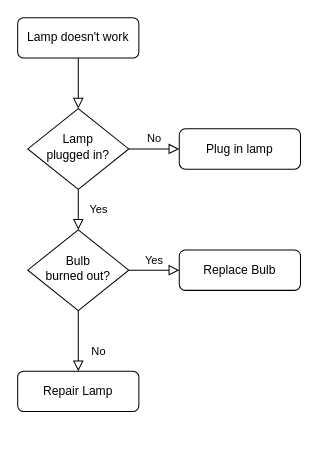
The draw.io diagram 100DaysOfCode/IMC.drawio in Ephebo/100DaysOfCode, before the edit. Source tidied: cells renumbered, new cells numbered last; positions are measured from the earlier drawing's top-left corner, leaving out a move shared by most shapes. Both pictures are drawn from the tidied source at 101%, with x=0, y=0 at pixel (17, 17).
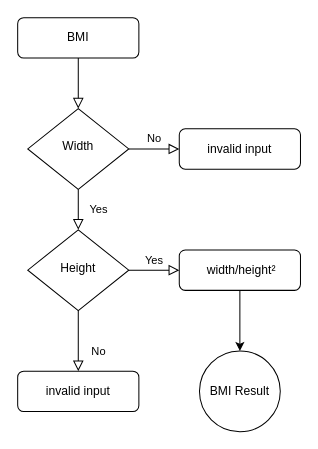
The same page after the edit.

Diff of the diagram source:
```diff
@@
 <mxGraphModel>
   <root>
     <mxCell id="0" />
     <mxCell id="1" parent="0" />
     <mxCell id="2" style="rounded=0;html=1;jettySize=auto;fontSize=11;endArrow=block;endFill=0;endSize=8;strokeWidth=1;shadow=0;labelBackgroundColor=none;edgeStyle=orthogonalEdgeStyle;" parent="1" edge="1" source="3" target="6">
       <mxGeometry relative="1" as="geometry" />
     </mxCell>
-    <mxCell id="3" value="Lamp doesn't work" style="rounded=1;whiteSpace=wrap;html=1;fontSize=12;glass=0;strokeWidth=1;shadow=0;" parent="1" vertex="1">
+    <mxCell id="3" value="BMI" style="rounded=1;whiteSpace=wrap;html=1;fontSize=12;glass=0;strokeWidth=1;shadow=0;" parent="1" vertex="1">
       <mxGeometry width="120" height="40" as="geometry" />
     </mxCell>
     <mxCell id="4" value="Yes" style="rounded=0;html=1;jettySize=auto;fontSize=11;endArrow=block;endFill=0;endSize=8;strokeWidth=1;shadow=0;labelBackgroundColor=none;edgeStyle=orthogonalEdgeStyle;" parent="1" edge="1" source="6" target="10">
       <mxGeometry y="20" relative="1" as="geometry" />
     </mxCell>
     <mxCell id="5" value="No" style="edgeStyle=orthogonalEdgeStyle;rounded=0;html=1;jettySize=auto;fontSize=11;endArrow=block;endFill=0;endSize=8;strokeWidth=1;shadow=0;labelBackgroundColor=none;" parent="1" edge="1" source="6" target="7">
       <mxGeometry y="10" relative="1" as="geometry" />
     </mxCell>
-    <mxCell id="6" value="Lamp&lt;br&gt;plugged in?" style="rhombus;whiteSpace=wrap;html=1;shadow=0;fontFamily=Helvetica;fontSize=12;align=center;strokeWidth=1;spacing=6;spacingTop=-4;" parent="1" vertex="1">
+    <mxCell id="6" value="Width" style="rhombus;whiteSpace=wrap;html=1;shadow=0;fontFamily=Helvetica;fontSize=12;align=center;strokeWidth=1;spacing=6;spacingTop=-4;" parent="1" vertex="1">
       <mxGeometry x="10" y="90" width="100" height="80" as="geometry" />
     </mxCell>
-    <mxCell id="7" value="Plug in lamp" style="rounded=1;whiteSpace=wrap;html=1;fontSize=12;glass=0;strokeWidth=1;shadow=0;" parent="1" vertex="1">
+    <mxCell id="7" value="invalid input" style="rounded=1;whiteSpace=wrap;html=1;fontSize=12;glass=0;strokeWidth=1;shadow=0;" parent="1" vertex="1">
       <mxGeometry x="160" y="110" width="120" height="40" as="geometry" />
     </mxCell>
     <mxCell id="8" value="No" style="rounded=0;html=1;jettySize=auto;fontSize=11;endArrow=block;endFill=0;endSize=8;strokeWidth=1;shadow=0;labelBackgroundColor=none;edgeStyle=orthogonalEdgeStyle;" parent="1" edge="1" source="10" target="11">
       <mxGeometry x="0.33" y="20" relative="1" as="geometry" />
     </mxCell>
     <mxCell id="9" value="Yes" style="edgeStyle=orthogonalEdgeStyle;rounded=0;html=1;jettySize=auto;fontSize=11;endArrow=block;endFill=0;endSize=8;strokeWidth=1;shadow=0;labelBackgroundColor=none;" parent="1" edge="1" source="10" target="12">
       <mxGeometry y="10" relative="1" as="geometry" />
     </mxCell>
-    <mxCell id="10" value="Bulb&lt;br&gt;burned out?" style="rhombus;whiteSpace=wrap;html=1;shadow=0;fontFamily=Helvetica;fontSize=12;align=center;strokeWidth=1;spacing=6;spacingTop=-4;" parent="1" vertex="1">
+    <mxCell id="10" value="Height" style="rhombus;whiteSpace=wrap;html=1;shadow=0;fontFamily=Helvetica;fontSize=12;align=center;strokeWidth=1;spacing=6;spacingTop=-4;" parent="1" vertex="1">
       <mxGeometry x="10" y="210" width="100" height="80" as="geometry" />
     </mxCell>
-    <mxCell id="11" value="Repair Lamp" style="rounded=1;whiteSpace=wrap;html=1;fontSize=12;glass=0;strokeWidth=1;shadow=0;" parent="1" vertex="1">
+    <mxCell id="11" value="invalid input" style="rounded=1;whiteSpace=wrap;html=1;fontSize=12;glass=0;strokeWidth=1;shadow=0;" parent="1" vertex="1">
       <mxGeometry y="350" width="120" height="40" as="geometry" />
     </mxCell>
+    <mxCell id="13" style="edgeStyle=orthogonalEdgeStyle;rounded=0;jettySize=auto;html=1;" parent="1" edge="1" source="12" target="14">
+      <mxGeometry relative="1" as="geometry" />
+    </mxCell>
-    <mxCell id="12" value="Replace Bulb" style="rounded=1;whiteSpace=wrap;html=1;fontSize=12;glass=0;strokeWidth=1;shadow=0;" parent="1" vertex="1">
+    <mxCell id="12" value="&amp;nbsp;width/height²" style="rounded=1;whiteSpace=wrap;html=1;fontSize=12;glass=0;strokeWidth=1;shadow=0;" parent="1" vertex="1">
       <mxGeometry x="160" y="230" width="120" height="40" as="geometry" />
     </mxCell>
+    <mxCell id="14" value="BMI Result" style="ellipse;whiteSpace=wrap;html=1;rounded=1;glass=0;strokeWidth=1;shadow=0;" parent="1" vertex="1">
+      <mxGeometry x="180" y="330" width="80" height="80" as="geometry" />
+    </mxCell>
   </root>
 </mxGraphModel>
```
